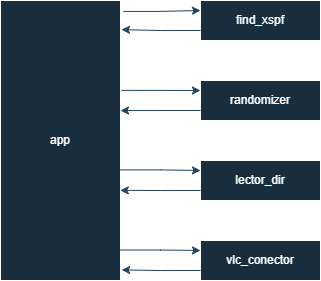
Before: Diagrama_de_Componentes.png, a diagram exported from draw.io (VoctorSN/Proyecto_Diciembre). Source tidied: cells renumbered, new cells last; positions are measured from the earlier drawing's top-left corner, leaving out a move shared by most shapes. Its diagram source:
```xml
<mxGraphModel>
  <root>
    <mxCell id="0" />
    <mxCell id="1" parent="0" />
    <mxCell id="2" value="app" style="rounded=0;whiteSpace=wrap;html=1;labelBackgroundColor=none;fillColor=#182E3E;strokeColor=#FFFFFF;fontColor=#FFFFFF;" parent="1" vertex="1">
      <mxGeometry width="120" height="280" as="geometry" />
    </mxCell>
    <mxCell id="3" value="find_xspf" style="rounded=0;whiteSpace=wrap;html=1;labelBackgroundColor=none;fillColor=#182E3E;strokeColor=#FFFFFF;fontColor=#FFFFFF;" parent="1" vertex="1">
      <mxGeometry x="200" width="120" height="40" as="geometry" />
    </mxCell>
    <mxCell id="4" value="lector_dir" style="rounded=0;whiteSpace=wrap;html=1;labelBackgroundColor=none;fillColor=#182E3E;strokeColor=#FFFFFF;fontColor=#FFFFFF;" parent="1" vertex="1">
      <mxGeometry x="200" y="160" width="120" height="40" as="geometry" />
    </mxCell>
    <mxCell id="5" value="randomizer" style="rounded=0;whiteSpace=wrap;html=1;labelBackgroundColor=none;fillColor=#182E3E;strokeColor=#FFFFFF;fontColor=#FFFFFF;" parent="1" vertex="1">
      <mxGeometry x="200" y="80" width="120" height="40" as="geometry" />
    </mxCell>
    <mxCell id="6" value="vlc_conector" style="rounded=0;whiteSpace=wrap;html=1;labelBackgroundColor=none;fillColor=#182E3E;strokeColor=#FFFFFF;fontColor=#FFFFFF;" parent="1" vertex="1">
      <mxGeometry x="200" y="240" width="120" height="40" as="geometry" />
    </mxCell>
    <mxCell id="7" style="edgeStyle=orthogonalEdgeStyle;rounded=0;jettySize=auto;html=1;exitX=1.025;exitY=0.039;exitDx=0;exitDy=0;entryX=0;entryY=0.25;entryDx=0;entryDy=0;exitPerimeter=0;labelBackgroundColor=none;strokeColor=#23445D;fontColor=default;" parent="1" edge="1" source="2" target="3">
      <mxGeometry relative="1" as="geometry" />
    </mxCell>
    <mxCell id="8" style="edgeStyle=orthogonalEdgeStyle;rounded=0;jettySize=auto;html=1;exitX=0;exitY=0.75;exitDx=0;exitDy=0;entryX=1.008;entryY=0.104;entryDx=0;entryDy=0;entryPerimeter=0;labelBackgroundColor=none;strokeColor=#23445D;fontColor=default;" parent="1" edge="1" source="3" target="2">
      <mxGeometry relative="1" as="geometry" />
    </mxCell>
    <mxCell id="9" style="edgeStyle=orthogonalEdgeStyle;rounded=0;jettySize=auto;html=1;exitX=0;exitY=0.75;exitDx=0;exitDy=0;entryX=1;entryY=0.393;entryDx=0;entryDy=0;entryPerimeter=0;labelBackgroundColor=none;strokeColor=#23445D;fontColor=default;" parent="1" edge="1" source="5" target="2">
      <mxGeometry relative="1" as="geometry" />
    </mxCell>
    <mxCell id="10" style="edgeStyle=orthogonalEdgeStyle;rounded=0;jettySize=auto;html=1;exitX=1.008;exitY=0.321;exitDx=0;exitDy=0;entryX=0;entryY=0.25;entryDx=0;entryDy=0;exitPerimeter=0;labelBackgroundColor=none;strokeColor=#23445D;fontColor=default;" parent="1" edge="1" source="2" target="5">
      <mxGeometry relative="1" as="geometry" />
    </mxCell>
    <mxCell id="11" style="edgeStyle=orthogonalEdgeStyle;rounded=0;jettySize=auto;html=1;exitX=0;exitY=0.75;exitDx=0;exitDy=0;entryX=0.998;entryY=0.678;entryDx=0;entryDy=0;entryPerimeter=0;labelBackgroundColor=none;strokeColor=#23445D;fontColor=default;" parent="1" edge="1" source="4" target="2">
      <mxGeometry relative="1" as="geometry" />
    </mxCell>
    <mxCell id="12" style="edgeStyle=orthogonalEdgeStyle;rounded=0;jettySize=auto;html=1;exitX=1;exitY=0.605;exitDx=0;exitDy=0;entryX=0;entryY=0.25;entryDx=0;entryDy=0;exitPerimeter=0;labelBackgroundColor=none;strokeColor=#23445D;fontColor=default;" parent="1" edge="1" source="2" target="4">
      <mxGeometry relative="1" as="geometry" />
    </mxCell>
    <mxCell id="13" style="edgeStyle=orthogonalEdgeStyle;rounded=0;jettySize=auto;html=1;exitX=0;exitY=0.75;exitDx=0;exitDy=0;entryX=1.01;entryY=0.962;entryDx=0;entryDy=0;entryPerimeter=0;labelBackgroundColor=none;strokeColor=#23445D;fontColor=default;" parent="1" edge="1" source="6" target="2">
      <mxGeometry relative="1" as="geometry" />
    </mxCell>
    <mxCell id="14" style="edgeStyle=orthogonalEdgeStyle;rounded=0;jettySize=auto;html=1;exitX=0.996;exitY=0.891;exitDx=0;exitDy=0;entryX=0;entryY=0.25;entryDx=0;entryDy=0;exitPerimeter=0;labelBackgroundColor=none;strokeColor=#23445D;fontColor=default;" parent="1" edge="1" source="2" target="6">
      <mxGeometry relative="1" as="geometry" />
    </mxCell>
  </root>
</mxGraphModel>
```
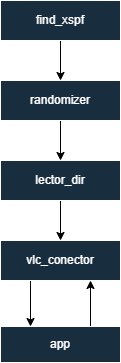
The same file after the commit.

Commit message:
doc: diagramas fixear

What changed in the source:
```diff
@@ -2,44 +2,35 @@
   <root>
     <mxCell id="0" />
     <mxCell id="1" parent="0" />
+    <mxCell id="14" style="edgeStyle=orthogonalEdgeStyle;rounded=0;jettySize=auto;html=1;exitX=0.75;exitY=0;exitDx=0;exitDy=0;entryX=0.75;entryY=1;entryDx=0;entryDy=0;" parent="1" edge="1" source="2" target="6">
+      <mxGeometry relative="1" as="geometry" />
+    </mxCell>
     <mxCell id="2" value="app" style="rounded=0;whiteSpace=wrap;html=1;labelBackgroundColor=none;fillColor=#182E3E;strokeColor=#FFFFFF;fontColor=#FFFFFF;" parent="1" vertex="1">
-      <mxGeometry width="120" height="280" as="geometry" />
+      <mxGeometry x="200" y="326" width="120" height="36" as="geometry" />
     </mxCell>
+    <mxCell id="15" style="edgeStyle=orthogonalEdgeStyle;rounded=0;jettySize=auto;html=1;exitX=0.5;exitY=1;exitDx=0;exitDy=0;entryX=0.5;entryY=0;entryDx=0;entryDy=0;" parent="1" edge="1" source="3" target="5">
+      <mxGeometry relative="1" as="geometry" />
+    </mxCell>
     <mxCell id="3" value="find_xspf" style="rounded=0;whiteSpace=wrap;html=1;labelBackgroundColor=none;fillColor=#182E3E;strokeColor=#FFFFFF;fontColor=#FFFFFF;" parent="1" vertex="1">
       <mxGeometry x="200" width="120" height="40" as="geometry" />
     </mxCell>
+    <mxCell id="16" style="edgeStyle=orthogonalEdgeStyle;rounded=0;jettySize=auto;html=1;exitX=0.5;exitY=1;exitDx=0;exitDy=0;entryX=0.5;entryY=0;entryDx=0;entryDy=0;" parent="1" edge="1" source="4" target="6">
+      <mxGeometry relative="1" as="geometry" />
+    </mxCell>
     <mxCell id="4" value="lector_dir" style="rounded=0;whiteSpace=wrap;html=1;labelBackgroundColor=none;fillColor=#182E3E;strokeColor=#FFFFFF;fontColor=#FFFFFF;" parent="1" vertex="1">
       <mxGeometry x="200" y="160" width="120" height="40" as="geometry" />
     </mxCell>
+    <mxCell id="17" style="edgeStyle=orthogonalEdgeStyle;rounded=0;jettySize=auto;html=1;exitX=0.5;exitY=1;exitDx=0;exitDy=0;entryX=0.5;entryY=0;entryDx=0;entryDy=0;" parent="1" edge="1" source="5" target="4">
+      <mxGeometry relative="1" as="geometry" />
+    </mxCell>
     <mxCell id="5" value="randomizer" style="rounded=0;whiteSpace=wrap;html=1;labelBackgroundColor=none;fillColor=#182E3E;strokeColor=#FFFFFF;fontColor=#FFFFFF;" parent="1" vertex="1">
       <mxGeometry x="200" y="80" width="120" height="40" as="geometry" />
     </mxCell>
+    <mxCell id="13" style="edgeStyle=orthogonalEdgeStyle;rounded=0;jettySize=auto;html=1;exitX=0.25;exitY=1;exitDx=0;exitDy=0;entryX=0.25;entryY=0;entryDx=0;entryDy=0;" parent="1" edge="1" source="6" target="2">
+      <mxGeometry relative="1" as="geometry" />
+    </mxCell>
     <mxCell id="6" value="vlc_conector" style="rounded=0;whiteSpace=wrap;html=1;labelBackgroundColor=none;fillColor=#182E3E;strokeColor=#FFFFFF;fontColor=#FFFFFF;" parent="1" vertex="1">
       <mxGeometry x="200" y="240" width="120" height="40" as="geometry" />
     </mxCell>
-    <mxCell id="7" style="edgeStyle=orthogonalEdgeStyle;rounded=0;jettySize=auto;html=1;exitX=1.025;exitY=0.039;exitDx=0;exitDy=0;entryX=0;entryY=0.25;entryDx=0;entryDy=0;exitPerimeter=0;labelBackgroundColor=none;strokeColor=#23445D;fontColor=default;" parent="1" edge="1" source="2" target="3">
-      <mxGeometry relative="1" as="geometry" />
-    </mxCell>
-    <mxCell id="8" style="edgeStyle=orthogonalEdgeStyle;rounded=0;jettySize=auto;html=1;exitX=0;exitY=0.75;exitDx=0;exitDy=0;entryX=1.008;entryY=0.104;entryDx=0;entryDy=0;entryPerimeter=0;labelBackgroundColor=none;strokeColor=#23445D;fontColor=default;" parent="1" edge="1" source="3" target="2">
-      <mxGeometry relative="1" as="geometry" />
-    </mxCell>
-    <mxCell id="9" style="edgeStyle=orthogonalEdgeStyle;rounded=0;jettySize=auto;html=1;exitX=0;exitY=0.75;exitDx=0;exitDy=0;entryX=1;entryY=0.393;entryDx=0;entryDy=0;entryPerimeter=0;labelBackgroundColor=none;strokeColor=#23445D;fontColor=default;" parent="1" edge="1" source="5" target="2">
-      <mxGeometry relative="1" as="geometry" />
-    </mxCell>
-    <mxCell id="10" style="edgeStyle=orthogonalEdgeStyle;rounded=0;jettySize=auto;html=1;exitX=1.008;exitY=0.321;exitDx=0;exitDy=0;entryX=0;entryY=0.25;entryDx=0;entryDy=0;exitPerimeter=0;labelBackgroundColor=none;strokeColor=#23445D;fontColor=default;" parent="1" edge="1" source="2" target="5">
-      <mxGeometry relative="1" as="geometry" />
-    </mxCell>
-    <mxCell id="11" style="edgeStyle=orthogonalEdgeStyle;rounded=0;jettySize=auto;html=1;exitX=0;exitY=0.75;exitDx=0;exitDy=0;entryX=0.998;entryY=0.678;entryDx=0;entryDy=0;entryPerimeter=0;labelBackgroundColor=none;strokeColor=#23445D;fontColor=default;" parent="1" edge="1" source="4" target="2">
-      <mxGeometry relative="1" as="geometry" />
-    </mxCell>
-    <mxCell id="12" style="edgeStyle=orthogonalEdgeStyle;rounded=0;jettySize=auto;html=1;exitX=1;exitY=0.605;exitDx=0;exitDy=0;entryX=0;entryY=0.25;entryDx=0;entryDy=0;exitPerimeter=0;labelBackgroundColor=none;strokeColor=#23445D;fontColor=default;" parent="1" edge="1" source="2" target="4">
-      <mxGeometry relative="1" as="geometry" />
-    </mxCell>
-    <mxCell id="13" style="edgeStyle=orthogonalEdgeStyle;rounded=0;jettySize=auto;html=1;exitX=0;exitY=0.75;exitDx=0;exitDy=0;entryX=1.01;entryY=0.962;entryDx=0;entryDy=0;entryPerimeter=0;labelBackgroundColor=none;strokeColor=#23445D;fontColor=default;" parent="1" edge="1" source="6" target="2">
-      <mxGeometry relative="1" as="geometry" />
-    </mxCell>
-    <mxCell id="14" style="edgeStyle=orthogonalEdgeStyle;rounded=0;jettySize=auto;html=1;exitX=0.996;exitY=0.891;exitDx=0;exitDy=0;entryX=0;entryY=0.25;entryDx=0;entryDy=0;exitPerimeter=0;labelBackgroundColor=none;strokeColor=#23445D;fontColor=default;" parent="1" edge="1" source="2" target="6">
-      <mxGeometry relative="1" as="geometry" />
-    </mxCell>
   </root>
 </mxGraphModel>
```
